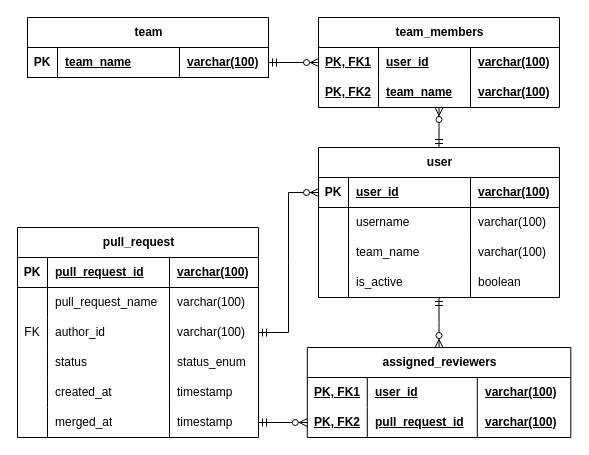
This is Даталогическая модель.drawio.xml from stoneshik/avito-intern, a draw.io file, before an edit. Source tidied: cells renumbered, new cells numbered last; positions are measured from the earlier drawing's top-left corner, leaving out a move shared by most shapes. Both pictures are drawn from the tidied source at 100%, with x=0, y=0 at pixel (17, 17).
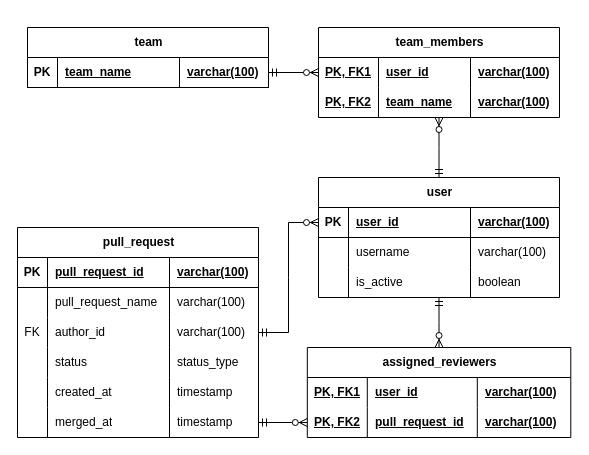
The same page after the edit.

Commit message (it also covers changes not shown here):
написал миграцию и подправил даталогическую модель

Unchanged cells that the change refers to:
```xml
<mxCell id="46" style="shape=tableRow;horizontal=0;startSize=0;swimlaneHead=0;swimlaneBody=0;fillColor=none;top=0;left=0;right=0;bottom=0;" parent="33" vertex="1">
  <mxGeometry y="120" width="241" height="30" as="geometry" />
</mxCell>
```

The edit, as a diff of the source:
```diff
@@
     <mxCell id="2" value="team" style="shape=table;startSize=30;childLayout=tableLayout;rowLines=0;fontStyle=1;align=center;html=1;" parent="1" vertex="1">
-      <mxGeometry x="10" width="241" height="60" as="geometry" />
+      <mxGeometry x="10" y="10" width="241" height="60" as="geometry" />
     </mxCell>
@@
     <mxCell id="7" value="team_members" style="shape=table;startSize=30;childLayout=tableLayout;rowLines=0;fontStyle=1;align=center;html=1;" parent="1" vertex="1">
-      <mxGeometry x="301" width="241" height="90" as="geometry" />
+      <mxGeometry x="301" y="10" width="241" height="90" as="geometry" />
     </mxCell>
@@
     <mxCell id="16" value="user" style="shape=table;startSize=30;childLayout=tableLayout;rowLines=0;fontStyle=1;align=center;html=1;" parent="1" vertex="1">
-      <mxGeometry x="301" y="130" width="241" height="150" as="geometry" />
+      <mxGeometry x="301" y="160" width="241" height="120" as="geometry" />
     </mxCell>
@@
-    <mxCell id="25" style="shape=tableRow;horizontal=0;startSize=0;swimlaneHead=0;swimlaneBody=0;fillColor=none;top=0;left=0;right=0;bottom=0;" parent="16" vertex="1">
-      <mxGeometry y="90" width="241" height="30" as="geometry" />
-    </mxCell>
-    <mxCell id="26" style="shape=partialRectangle;fillColor=none;top=0;left=0;bottom=0;right=0;overflow=hidden;whiteSpace=wrap;html=1;" parent="25" vertex="1">
-      <mxGeometry width="30" height="30" as="geometry" />
-    </mxCell>
-    <mxCell id="27" value="team_name" style="shape=partialRectangle;fillColor=none;top=0;left=0;bottom=0;right=0;align=left;spacingLeft=6;overflow=hidden;whiteSpace=wrap;html=1;" parent="25" vertex="1">
-      <mxGeometry x="30" width="122" height="30" as="geometry" />
-    </mxCell>
-    <mxCell id="28" value="varchar(100)" style="shape=partialRectangle;fillColor=none;top=0;left=0;bottom=0;right=0;align=left;spacingLeft=6;overflow=hidden;whiteSpace=wrap;html=1;" parent="25" vertex="1">
-      <mxGeometry x="152" width="89" height="30" as="geometry" />
-    </mxCell>
     <mxCell id="29" style="shape=tableRow;horizontal=0;startSize=0;swimlaneHead=0;swimlaneBody=0;fillColor=none;points=[[0,0.5],[1,0.5]];portConstraint=eastwest;top=0;left=0;right=0;bottom=0;" parent="16" vertex="1">
-      <mxGeometry y="120" width="241" height="30" as="geometry" />
+      <mxGeometry y="90" width="241" height="30" as="geometry" />
     </mxCell>
@@
-    <mxCell id="49" value="status_enum" style="shape=partialRectangle;fillColor=none;top=0;left=0;bottom=0;right=0;align=left;spacingLeft=6;overflow=hidden;whiteSpace=wrap;html=1;" parent="46" vertex="1">
+    <mxCell id="49" value="status_type" style="shape=partialRectangle;fillColor=none;top=0;left=0;bottom=0;right=0;align=left;spacingLeft=6;overflow=hidden;whiteSpace=wrap;html=1;" parent="46" vertex="1">
       <mxGeometry x="152" width="89" height="30" as="geometry" />
     </mxCell>
```
